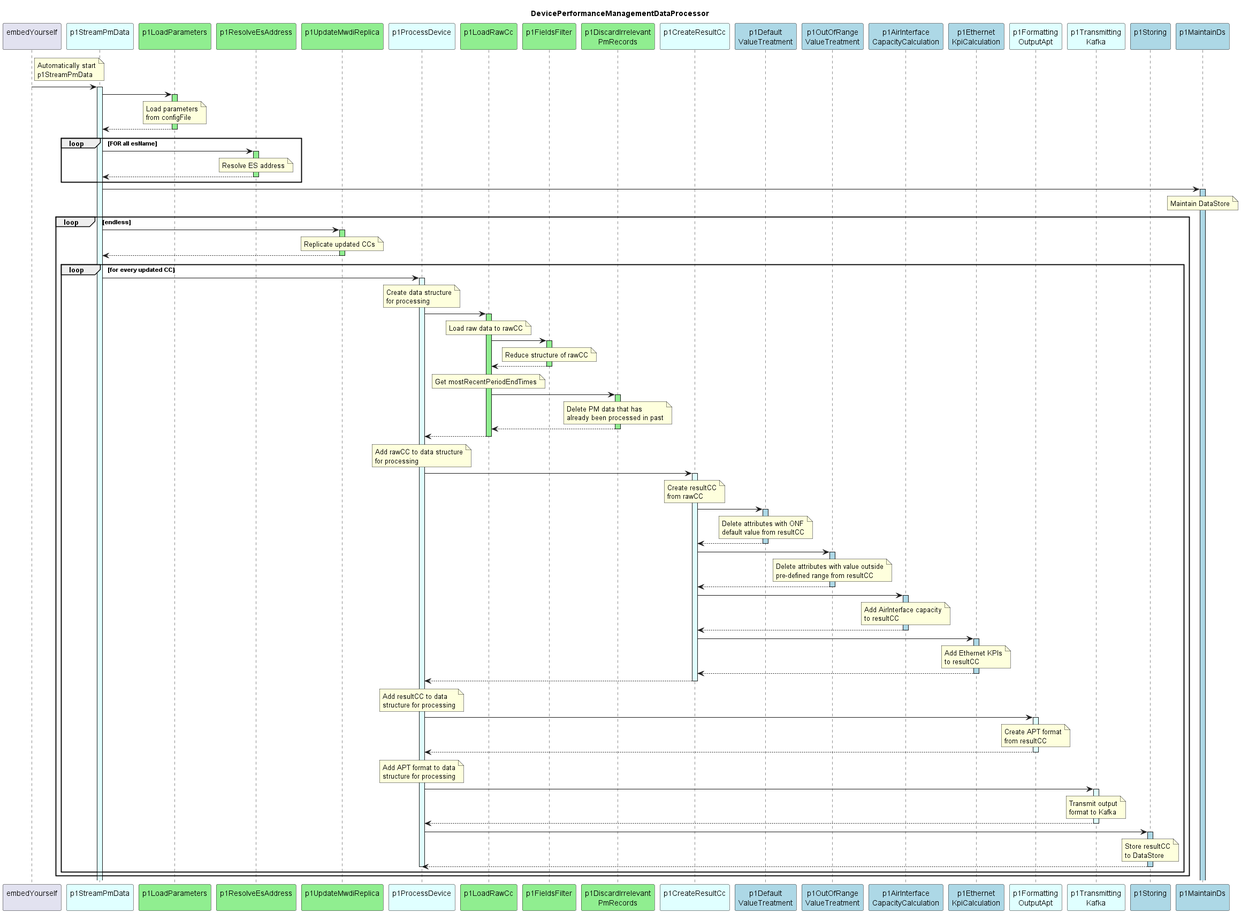
Earlier version of the PlantUML export spec/diagrams/hl_sequence.png (openBackhaul/DevicePerformanceManagementDataProcessor).
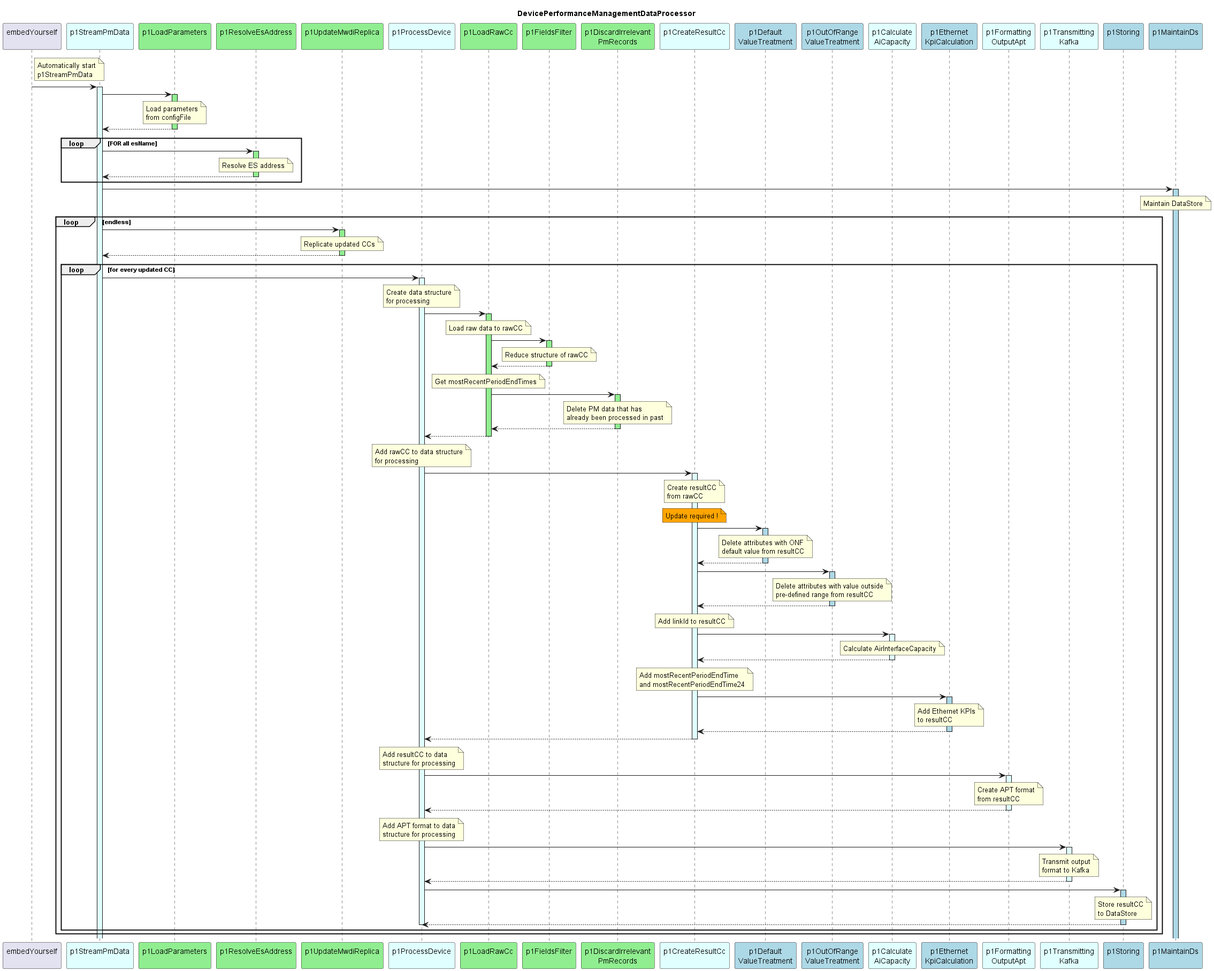
After the change.

Commit message:
Add findMostRecentPeriodEndTime to p1CreateResultCc

Change to the diagram source:
```diff
@@ -21,7 +21,7 @@
 participant "p1Default\nValueTreatment" as p1DefaultValues #LightBlue
 participant "p1OutOfRange\nValueTreatment" as p1OutOfRange #LightBlue
 
-participant "p1AirInterface\nCapacityCalculation" as p1AirKpi #LightBlue
+participant "p1Calculate\nAiCapacity" as aiCC #LightCyan
 participant "p1Ethernet\nKpiCalculation" as p1EthKpi #LightBlue
 
 participant "p1Formatting\nOutputApt" as p1Output #LightCyan
@@ -133,6 +133,10 @@
             from rawCC
           end note
 
+          note over p1CreateResultCC #Orange
+            Update required !
+          end note
+
           p1CreateResultCC -> p1DefaultValues
           activate p1DefaultValues #LightBlue
 
@@ -155,16 +159,24 @@
           p1CreateResultCC <-- p1OutOfRange
           deactivate p1OutOfRange
 
-          p1CreateResultCC -> p1AirKpi
-          activate p1AirKpi #LightBlue
+          note over p1CreateResultCC
+            Add linkId to resultCC
+          end note
 
-            note over p1AirKpi
-              Add AirInterface capacity
-              to resultCC
+          p1CreateResultCC -> aiCC
+          activate aiCC #LightCyan
+
+            note over aiCC
+              Calculate AirInterfaceCapacity
             end note
 
-          p1CreateResultCC <-- p1AirKpi
-          deactivate p1AirKpi
+          p1CreateResultCC <-- aiCC
+          deactivate aiCC
+
+          note over p1CreateResultCC
+            Add mostRecentPeriodEndTime
+            and mostRecentPeriodEndTime24
+          end note
 
           p1CreateResultCC -> p1EthKpi
           activate p1EthKpi #LightBlue
```
